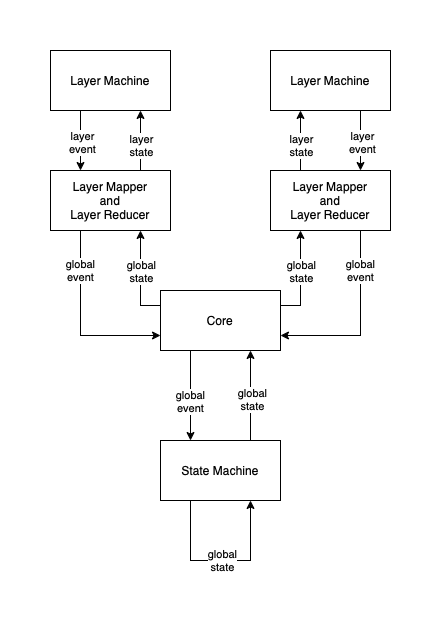
Before: images/architecture.drawio.png, a diagram exported from draw.io (prokhor-andrew/simprokcore-ios). Source tidied: cells renumbered, new cells last; positions are measured from the earlier drawing's top-left corner, leaving out a move shared by most shapes.
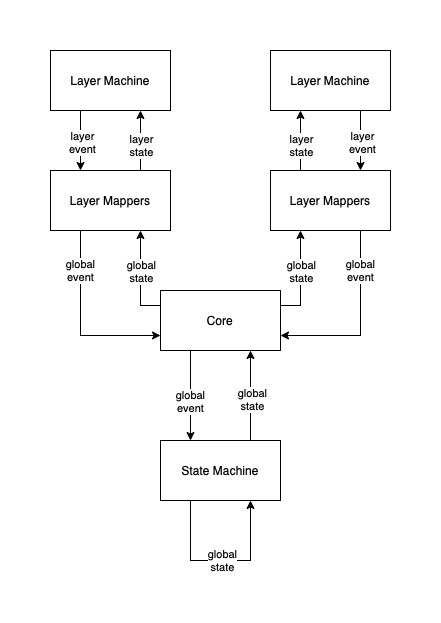
The same file after the commit.

Diff of the diagram source:
```diff
@@ -37,7 +37,7 @@
     <mxCell id="12" value="global&lt;br&gt;event" style="edgeLabel;html=1;align=center;verticalAlign=middle;" parent="11" vertex="1">
       <mxGeometry x="-0.58" y="-1" relative="1" as="geometry" />
     </mxCell>
-    <mxCell id="13" value="Layer Mapper&lt;br&gt;and&lt;br&gt;Layer Reducer" style="rounded=0;whiteSpace=wrap;html=1;" parent="1" vertex="1">
+    <mxCell id="13" value="Layer Mappers" style="rounded=0;whiteSpace=wrap;html=1;" parent="1" vertex="1">
       <mxGeometry y="120" width="120" height="60" as="geometry" />
     </mxCell>
     <mxCell id="14" style="edgeStyle=orthogonalEdgeStyle;rounded=0;jettySize=auto;html=1;exitX=0.25;exitY=1;exitDx=0;exitDy=0;entryX=0.25;entryY=0;entryDx=0;entryDy=0;" parent="1" edge="1" source="16" target="13">
@@ -68,7 +68,7 @@
     <mxCell id="20" value="global&lt;br&gt;state" style="edgeLabel;html=1;align=center;verticalAlign=middle;" parent="19" vertex="1">
       <mxGeometry x="0.01" y="1" relative="1" as="geometry" />
     </mxCell>
-    <mxCell id="21" value="Layer Mapper&lt;br&gt;and&lt;br&gt;Layer Reducer" style="rounded=0;whiteSpace=wrap;html=1;" parent="1" vertex="1">
+    <mxCell id="21" value="Layer Mappers" style="rounded=0;whiteSpace=wrap;html=1;" parent="1" vertex="1">
       <mxGeometry x="220" y="120" width="120" height="60" as="geometry" />
     </mxCell>
     <mxCell id="22" value="Layer Machine" style="rounded=0;whiteSpace=wrap;html=1;" parent="1" vertex="1">
```
